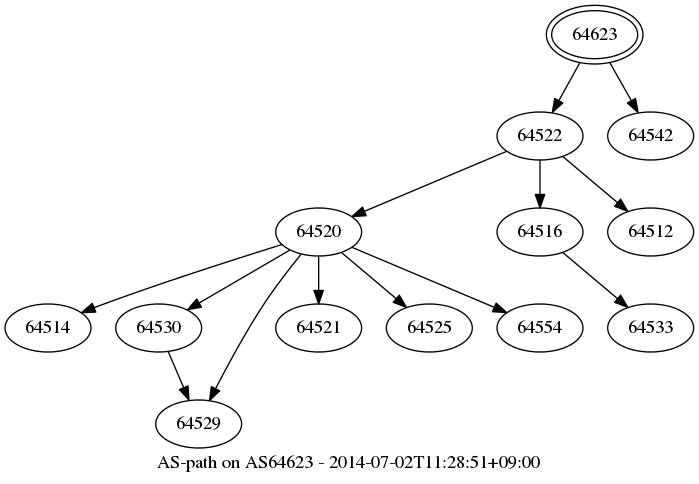
Above: aspath/as64623.png in Flast/flast.github.io (Graphviz), before the change. Its source is kept beside it as aspath/as64623.gv.
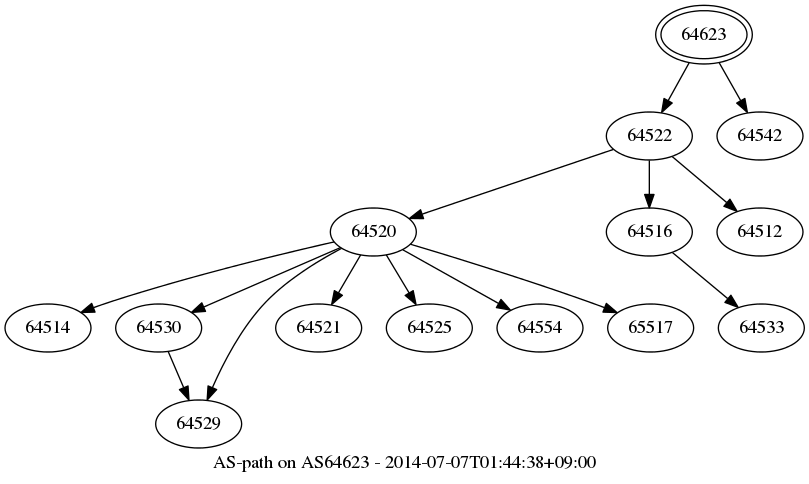
After the change.

Change to the diagram source:
```diff
@@ -1,76 +1,81 @@
 digraph aspath {
-	graph [bb="0,0,516,355",
+	graph [bb="0,0,599,355",
 		center="",
-		label="AS-path on AS64623 - 2014-07-02T11:28:51+09:00",
+		label="AS-path on AS64623 - 2014-07-07T01:44:38+09:00",
 		lheight=0.21,
-		lp="258,11.5",
+		lp="299.5,11.5",
 		lwidth=4.00
 	];
 	node [label="\N"];
 	64623	 [height=0.61111,
 		label=64623,
 		peripheries=2,
-		pos="442,333",
+		pos="524,333",
 		width=1.0069];
 	64522	 [height=0.5,
 		label=64522,
-		pos="401,257",
+		pos="483,257",
 		width=0.89579];
-	64623 -> 64522	 [pos="e,410.25,274.7 430.8,311.78 425.96,303.05 420.25,292.74 415.12,283.49"];
+	64623 -> 64522	 [pos="e,492.25,274.7 512.8,311.78 507.96,303.05 502.25,292.74 497.12,283.49"];
 	64542	 [height=0.5,
 		label=64542,
-		pos="484,257",
+		pos="566,257",
 		width=0.89579];
-	64623 -> 64542	 [pos="e,474.52,274.7 453.48,311.78 458.43,303.05 464.28,292.74 469.53,283.49"];
+	64623 -> 64542	 [pos="e,556.52,274.7 535.48,311.78 540.43,303.05 546.28,292.74 551.53,283.49"];
 	64520	 [height=0.5,
 		label=64520,
-		pos="235,185",
+		pos="276,185",
 		width=0.89579];
-	64522 -> 64520	 [pos="e,260.02,196.55 376.15,245.52 347.79,233.56 301.22,213.93 269.39,200.5"];
+	64522 -> 64520	 [pos="e,303.07,195.15 455.94,246.85 419.29,234.46 353.75,212.29 312.69,198.41"];
 	64516	 [height=0.5,
 		label=64516,
-		pos="401,185",
+		pos="483,185",
 		width=0.89579];
-	64522 -> 64516	 [pos="e,401,203.1 401,238.7 401,230.98 401,221.71 401,213.11"];
+	64522 -> 64516	 [pos="e,483,203.1 483,238.7 483,230.98 483,221.71 483,213.11"];
 	64512	 [height=0.5,
 		label=64512,
-		pos="484,185",
+		pos="566,185",
 		width=0.89579];
-	64522 -> 64512	 [pos="e,466.82,200.49 418.2,241.5 429.99,231.55 445.84,218.19 459.02,207.07"];
+	64522 -> 64512	 [pos="e,548.82,200.49 500.2,241.5 511.99,231.55 527.84,218.19 541.02,207.07"];
 	64514	 [height=0.5,
 		label=64514,
 		pos="32,113",
 		width=0.89579];
-	64520 -> 64514	 [pos="e,57.213,124.52 207.46,175.55 175.25,165.52 120.42,148.01 74,131 71.609,130.12 69.151,129.2 66.681,128.25"];
+	64520 -> 64514	 [pos="e,56.678,124.6 246.55,177.52 206.91,168.52 134.39,151.05 74,131 71.429,130.15 68.79,129.21 66.147,128.24"];
 	64530	 [height=0.5,
 		label=64530,
 		pos="115,113",
 		width=0.89579];
-	64520 -> 64530	 [pos="e,136.67,126.64 213.55,171.49 194.55,160.41 166.62,144.11 145.34,131.7"];
+	64520 -> 64530	 [pos="e,139.57,124.68 251.2,173.22 223.82,161.31 179.58,142.08 148.98,128.77"];
 	64529	 [height=0.5,
 		label=64529,
 		pos="145,41",
 		width=0.89579];
-	64520 -> 64529	 [pos="e,153.12,58.519 221.77,168.24 213.39,157.94 202.55,144.03 194,131 180.53,110.47 167.21,85.949 157.88,67.849"];
+	64520 -> 64529	 [pos="e,151.37,58.978 252.2,172.7 234.51,163.4 210.64,148.86 194,131 176.9,112.65 163.68,87.221 155.3,68.243"];
 	64521	 [height=0.5,
 		label=64521,
 		pos="235,113",
 		width=0.89579];
-	64520 -> 64521	 [pos="e,235,131.1 235,166.7 235,158.98 235,149.71 235,141.11"];
+	64520 -> 64521	 [pos="e,244.74,130.63 266.49,167.76 261.54,159.32 255.38,148.8 249.83,139.31"];
 	64525	 [height=0.5,
 		label=64525,
 		pos="318,113",
 		width=0.89579];
-	64520 -> 64525	 [pos="e,300.82,128.49 252.2,169.5 263.99,159.55 279.84,146.19 293.02,135.07"];
+	64520 -> 64525	 [pos="e,308.02,130.63 285.74,167.76 290.81,159.32 297.12,148.8 302.81,139.31"];
 	64554	 [height=0.5,
 		label=64554,
 		pos="401,113",
 		width=0.89579];
-	64520 -> 64554	 [pos="e,375.98,124.55 259.85,173.52 288.21,161.56 334.78,141.93 366.61,128.5"];
+	64520 -> 64554	 [pos="e,378.74,126.47 298.06,171.65 318.02,160.47 347.62,143.89 369.96,131.38"];
+	65517	 [height=0.5,
+		label=65517,
+		pos="484,113",
+		width=0.89579];
+	64520 -> 65517	 [pos="e,458.8,124.56 303.83,175.82 336.97,165.91 393.92,148.38 442,131 444.4,130.13 446.86,129.22 449.33,128.27"];
 	64530 -> 64529	 [pos="e,137.73,58.956 122.11,95.411 125.57,87.335 129.82,77.431 133.71,68.355"];
 	64533	 [height=0.5,
 		label=64533,
-		pos="484,113",
+		pos="567,113",
 		width=0.89579];
-	64516 -> 64533	 [pos="e,466.82,128.49 418.2,169.5 429.99,159.55 445.84,146.19 459.02,135.07"];
+	64516 -> 64533	 [pos="e,549.62,128.49 500.4,169.5 512.34,159.55 528.38,146.19 541.72,135.07"];
 }
```
